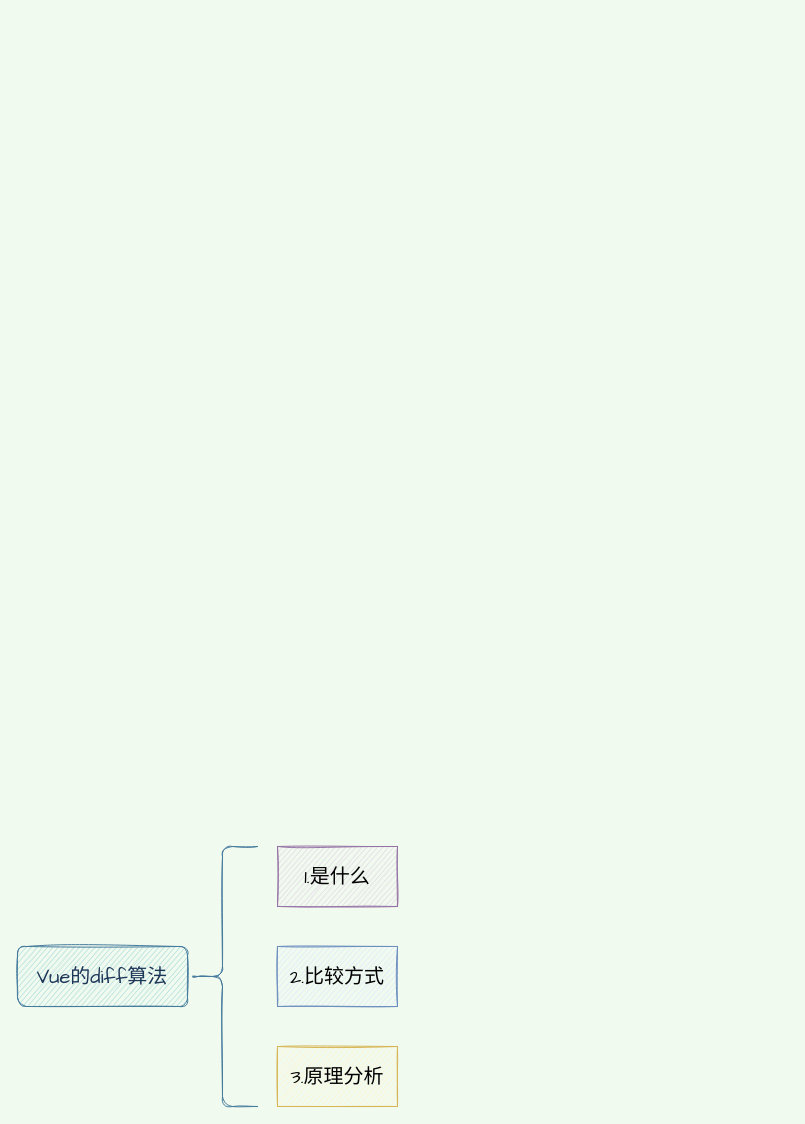
This is Vue的diff算法.drawio from qw-null/drawio, a draw.io file, before an edit. Source tidied: cells renumbered, new cells numbered last; positions are measured from the earlier drawing's top-left corner, leaving out a move shared by most shapes. Both pictures are drawn from the tidied source at 100%, with x=0, y=0 at pixel (17, 846).
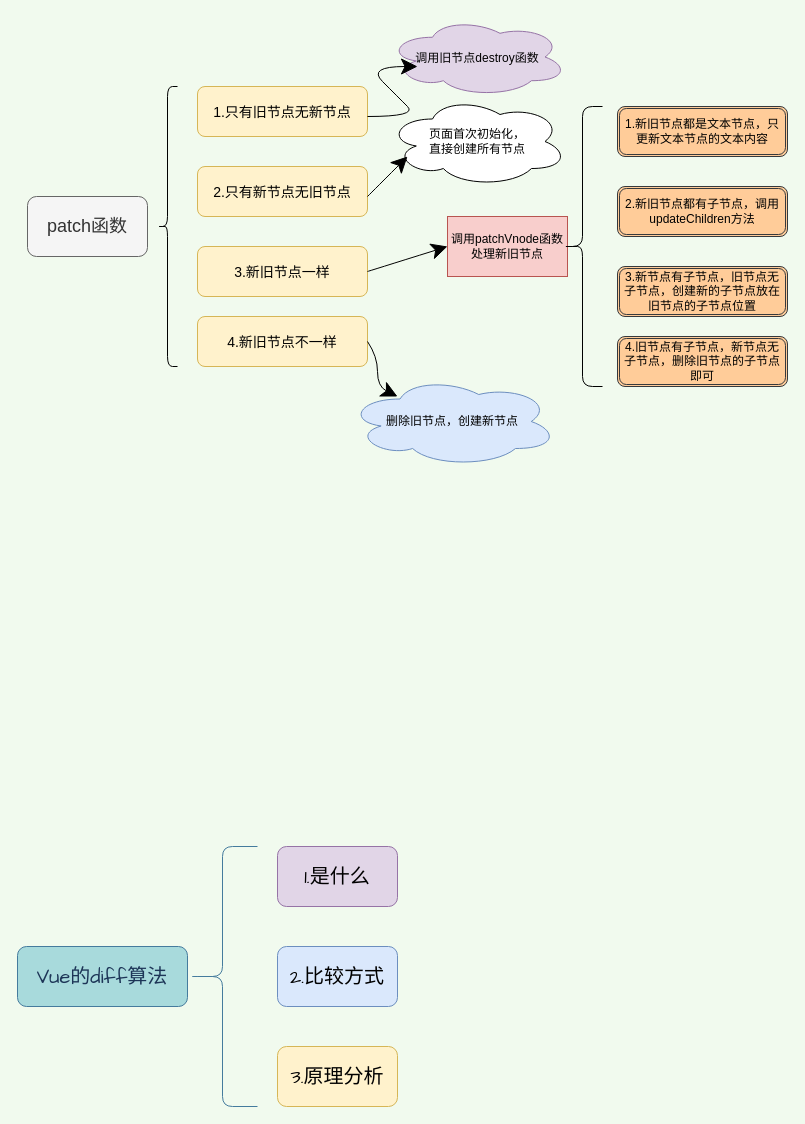
Above is the later version.

Commit message:
patch算法和patchVnode函数.drawio

Change to the diagram source:
```diff
@@
-    <mxCell id="2" value="Vue的diff算法" style="rounded=1;whiteSpace=wrap;html=1;sketch=1;hachureGap=4;fontFamily=Architects Daughter;fontSize=20;fontColor=#1D3557;strokeColor=#457B9D;fillColor=#A8DADC;" parent="1" vertex="1">
+    <mxCell id="2" value="Vue的diff算法" style="rounded=1;whiteSpace=wrap;html=1;hachureGap=4;fontFamily=Architects Daughter;fontSize=20;fontColor=#1D3557;strokeColor=#457B9D;fillColor=#A8DADC;" parent="1" vertex="1">
       <mxGeometry y="100" width="170" height="60" as="geometry" />
     </mxCell>
-    <mxCell id="3" style="shape=curlyBracket;whiteSpace=wrap;html=1;rounded=1;sketch=1;hachureGap=4;fontFamily=Architects Daughter;fontSize=20;fontColor=#1D3557;strokeColor=#457B9D;fillColor=#A8DADC;" parent="1" vertex="1">
+    <mxCell id="3" style="shape=curlyBracket;whiteSpace=wrap;html=1;rounded=1;hachureGap=4;fontFamily=Architects Daughter;fontSize=20;fontColor=#1D3557;strokeColor=#457B9D;fillColor=#A8DADC;" parent="1" vertex="1">
       <mxGeometry x="170" width="70" height="260" as="geometry" />
     </mxCell>
-    <mxCell id="4" value="&lt;font color=&quot;#000000&quot;&gt;3.原理分析&lt;/font&gt;" style="rounded=0;whiteSpace=wrap;html=1;sketch=1;hachureGap=4;fontFamily=Architects Daughter;fontSize=20;strokeColor=#d6b656;fillColor=#fff2cc;" parent="1" vertex="1">
+    <mxCell id="4" value="&lt;font color=&quot;#000000&quot;&gt;3.原理分析&lt;/font&gt;" style="rounded=1;whiteSpace=wrap;html=1;hachureGap=4;fontFamily=Architects Daughter;fontSize=20;strokeColor=#d6b656;fillColor=#fff2cc;" parent="1" vertex="1">
       <mxGeometry x="260" y="200" width="120" height="60" as="geometry" />
     </mxCell>
-    <mxCell id="5" value="2.比较方式" style="rounded=0;whiteSpace=wrap;html=1;sketch=1;hachureGap=4;fontFamily=Architects Daughter;fontSize=20;strokeColor=#6c8ebf;fillColor=#dae8fc;" parent="1" vertex="1">
+    <mxCell id="5" value="2.比较方式" style="rounded=1;whiteSpace=wrap;html=1;hachureGap=4;fontFamily=Architects Daughter;fontSize=20;strokeColor=#6c8ebf;fillColor=#dae8fc;" parent="1" vertex="1">
       <mxGeometry x="260" y="100" width="120" height="60" as="geometry" />
     </mxCell>
-    <mxCell id="6" value="1.是什么" style="rounded=0;whiteSpace=wrap;html=1;sketch=1;hachureGap=4;fontFamily=Architects Daughter;fontSize=20;fillColor=#e1d5e7;strokeColor=#9673a6;" parent="1" vertex="1">
+    <mxCell id="6" value="1.是什么" style="rounded=1;whiteSpace=wrap;html=1;hachureGap=4;fontFamily=Architects Daughter;fontSize=20;fillColor=#e1d5e7;strokeColor=#9673a6;" parent="1" vertex="1">
       <mxGeometry x="260" width="120" height="60" as="geometry" />
     </mxCell>
+    <mxCell id="7" value="&lt;font style=&quot;font-size: 18px;&quot;&gt;patch函数&lt;/font&gt;" style="rounded=1;whiteSpace=wrap;html=1;fillColor=#f5f5f5;fontColor=#333333;strokeColor=#666666;" parent="1" vertex="1">
+      <mxGeometry x="10" y="-650" width="120" height="60" as="geometry" />
+    </mxCell>
+    <mxCell id="8" style="shape=curlyBracket;whiteSpace=wrap;html=1;rounded=1;fontSize=18;" parent="1" vertex="1">
+      <mxGeometry x="140" y="-760" width="20" height="280" as="geometry" />
+    </mxCell>
+    <mxCell id="9" value="&lt;font style=&quot;font-size: 14px;&quot;&gt;1.只有旧节点无新节点&lt;/font&gt;" style="rounded=1;whiteSpace=wrap;html=1;fontSize=18;fillColor=#fff2cc;strokeColor=#d6b656;" parent="1" vertex="1">
+      <mxGeometry x="180" y="-760" width="170" height="50" as="geometry" />
+    </mxCell>
+    <mxCell id="10" value="&lt;font style=&quot;font-size: 14px;&quot;&gt;2.只有新节点无旧节点&lt;/font&gt;" style="rounded=1;whiteSpace=wrap;html=1;fontSize=18;fillColor=#fff2cc;strokeColor=#d6b656;" parent="1" vertex="1">
+      <mxGeometry x="180" y="-680" width="170" height="50" as="geometry" />
+    </mxCell>
+    <mxCell id="11" value="&lt;font style=&quot;font-size: 14px;&quot;&gt;3.新旧节点一样&lt;/font&gt;" style="rounded=1;whiteSpace=wrap;html=1;fontSize=18;fillColor=#fff2cc;strokeColor=#d6b656;" parent="1" vertex="1">
+      <mxGeometry x="180" y="-600" width="170" height="50" as="geometry" />
+    </mxCell>
+    <mxCell id="12" value="&lt;span style=&quot;font-size: 14px;&quot;&gt;4.新旧节点不一样&lt;/span&gt;" style="rounded=1;whiteSpace=wrap;html=1;fontSize=18;fillColor=#fff2cc;strokeColor=#d6b656;" parent="1" vertex="1">
+      <mxGeometry x="180" y="-530" width="170" height="50" as="geometry" />
+    </mxCell>
+    <mxCell id="13" value="&lt;font style=&quot;font-size: 12px;&quot;&gt;调用旧节点destroy函数&lt;/font&gt;" style="ellipse;shape=cloud;whiteSpace=wrap;html=1;fontSize=14;fillColor=#e1d5e7;strokeColor=#9673a6;rounded=1;" parent="1" vertex="1">
+      <mxGeometry x="370" y="-829" width="180" height="79" as="geometry" />
+    </mxCell>
+    <mxCell id="14" style="curved=1;endArrow=classic;html=1;rounded=1;fontSize=12;startSize=14;endSize=14;" parent="1" edge="1">
+      <mxGeometry relative="1" as="geometry">
+        <mxPoint x="350" y="-730" as="sourcePoint" />
+        <mxPoint x="400" y="-780" as="targetPoint" />
+        <Array as="points">
+          <mxPoint x="400" y="-730" />
+          <mxPoint x="380" y="-750" />
+          <mxPoint x="350" y="-780" />
+        </Array>
+      </mxGeometry>
+    </mxCell>
+    <mxCell id="15" value="页面首次初始化，&lt;br&gt;直接创建所有节点" style="ellipse;shape=cloud;whiteSpace=wrap;html=1;rounded=1;fontSize=12;" parent="1" vertex="1">
+      <mxGeometry x="370" y="-750" width="180" height="90" as="geometry" />
+    </mxCell>
+    <mxCell id="16" style="endArrow=classic;html=1;rounded=1;fontSize=12;startSize=14;endSize=14;curved=1;entryX=0.111;entryY=0.667;entryDx=0;entryDy=0;entryPerimeter=0;" parent="1" edge="1" target="15">
+      <mxGeometry relative="1" as="geometry">
+        <mxPoint x="350" y="-650" as="sourcePoint" />
+      </mxGeometry>
+    </mxCell>
+    <mxCell id="17" value="调用patchVnode函数处理新旧节点" style="rounded=0;whiteSpace=wrap;html=1;fontSize=12;fillColor=#f8cecc;strokeColor=#b85450;" parent="1" vertex="1">
+      <mxGeometry x="430" y="-630" width="120" height="60" as="geometry" />
+    </mxCell>
+    <mxCell id="18" style="endArrow=classic;html=1;rounded=1;fontSize=12;startSize=14;endSize=14;curved=1;exitX=1;exitY=0.5;exitDx=0;exitDy=0;entryX=0;entryY=0.5;entryDx=0;entryDy=0;" parent="1" edge="1" source="11" target="17">
+      <mxGeometry relative="1" as="geometry" />
+    </mxCell>
+    <mxCell id="19" value="删除旧节点，创建新节点" style="ellipse;shape=cloud;whiteSpace=wrap;html=1;rounded=1;fontSize=12;fillColor=#dae8fc;strokeColor=#6c8ebf;" parent="1" vertex="1">
+      <mxGeometry x="330" y="-470" width="210" height="90" as="geometry" />
+    </mxCell>
+    <mxCell id="20" style="curved=1;endArrow=classic;html=1;rounded=1;fontSize=12;startSize=14;endSize=14;exitX=1;exitY=0.5;exitDx=0;exitDy=0;" parent="1" edge="1" source="12">
+      <mxGeometry relative="1" as="geometry">
+        <mxPoint x="380" y="-450" as="targetPoint" />
+        <Array as="points">
+          <mxPoint x="360" y="-490" />
+          <mxPoint x="360" y="-460" />
+        </Array>
+      </mxGeometry>
+    </mxCell>
+    <mxCell id="21" style="shape=curlyBracket;whiteSpace=wrap;html=1;rounded=1;fontSize=12;" parent="1" vertex="1">
+      <mxGeometry x="545" y="-740" width="40" height="280" as="geometry" />
+    </mxCell>
+    <mxCell id="22" value="1.新旧节点都是文本节点，只更新文本节点的文本内容" style="shape=ext;double=1;rounded=1;whiteSpace=wrap;html=1;fontSize=12;fillColor=#ffcc99;strokeColor=#36393d;" parent="1" vertex="1">
+      <mxGeometry x="600" y="-740" width="170" height="50" as="geometry" />
+    </mxCell>
+    <mxCell id="23" value="2.新旧节点都有子节点，调用updateChildren方法" style="shape=ext;double=1;rounded=1;whiteSpace=wrap;html=1;fontSize=12;fillColor=#ffcc99;strokeColor=#36393d;" parent="1" vertex="1">
+      <mxGeometry x="600" y="-660" width="170" height="50" as="geometry" />
+    </mxCell>
+    <mxCell id="24" value="3.新节点有子节点，旧节点无子节点，创建新的子节点放在旧节点的子节点位置" style="shape=ext;double=1;rounded=1;whiteSpace=wrap;html=1;fontSize=12;fillColor=#ffcc99;strokeColor=#36393d;" parent="1" vertex="1">
+      <mxGeometry x="600" y="-580" width="170" height="50" as="geometry" />
+    </mxCell>
+    <mxCell id="25" value="4.旧节点有子节点，新节点无子节点，删除旧节点的子节点即可" style="shape=ext;double=1;rounded=1;whiteSpace=wrap;html=1;fontSize=12;fillColor=#ffcc99;strokeColor=#36393d;" parent="1" vertex="1">
+      <mxGeometry x="600" y="-510" width="170" height="50" as="geometry" />
+    </mxCell>
```
